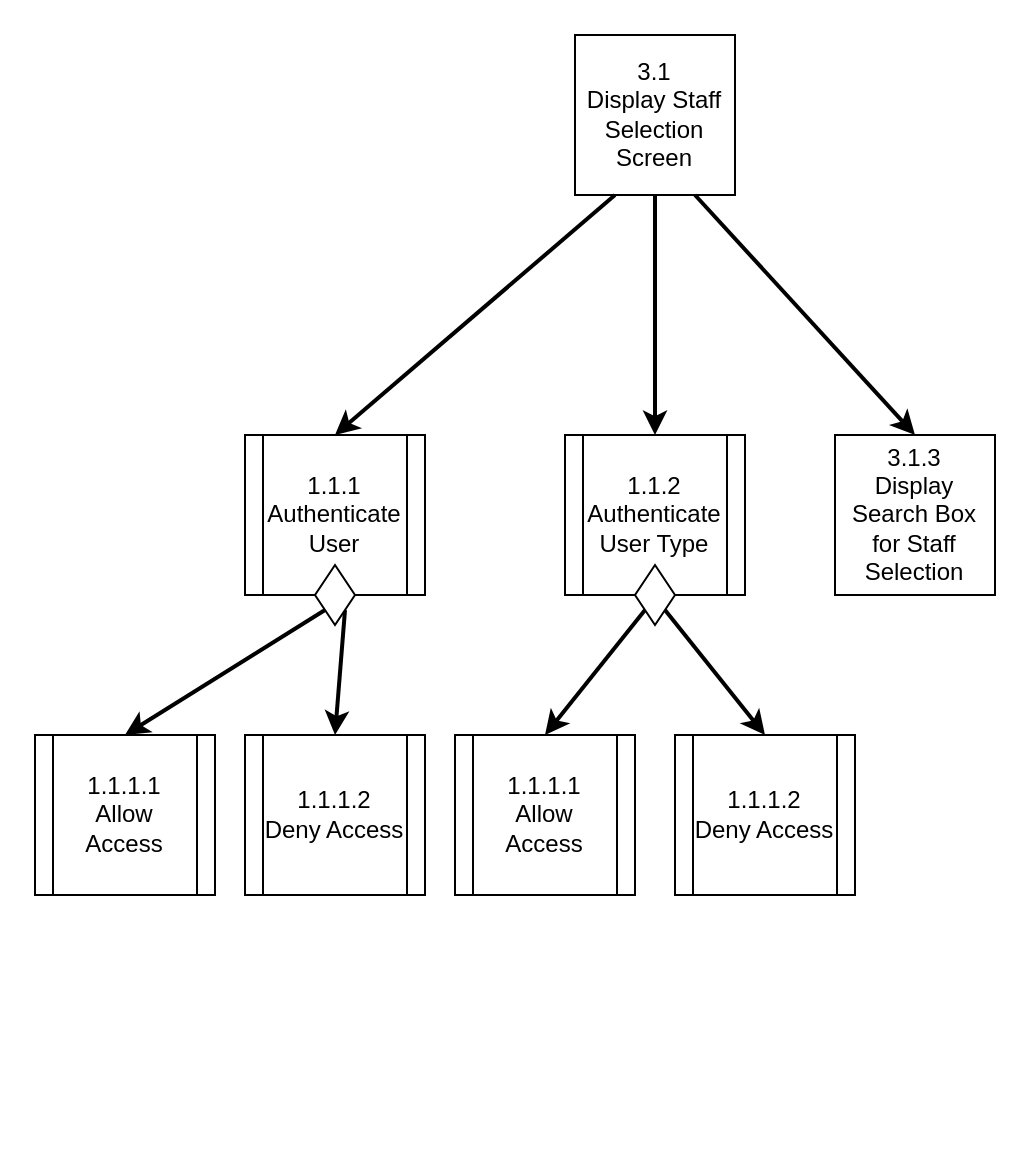
Earlier version of the draw.io diagram page "3.1: Display Staff Selection Screen" (1 of 4) of Diagrams/StructureCharts/Proc3UpdateStaff.drawio (Harlento/SchedulingSystem). Source tidied: cells renumbered, new cells numbered last; positions are measured from the earlier drawing's top-left corner, leaving out a move shared by most shapes. Both pictures are drawn from the tidied source at 200%, with x=0, y=0 at pixel (34, 34).
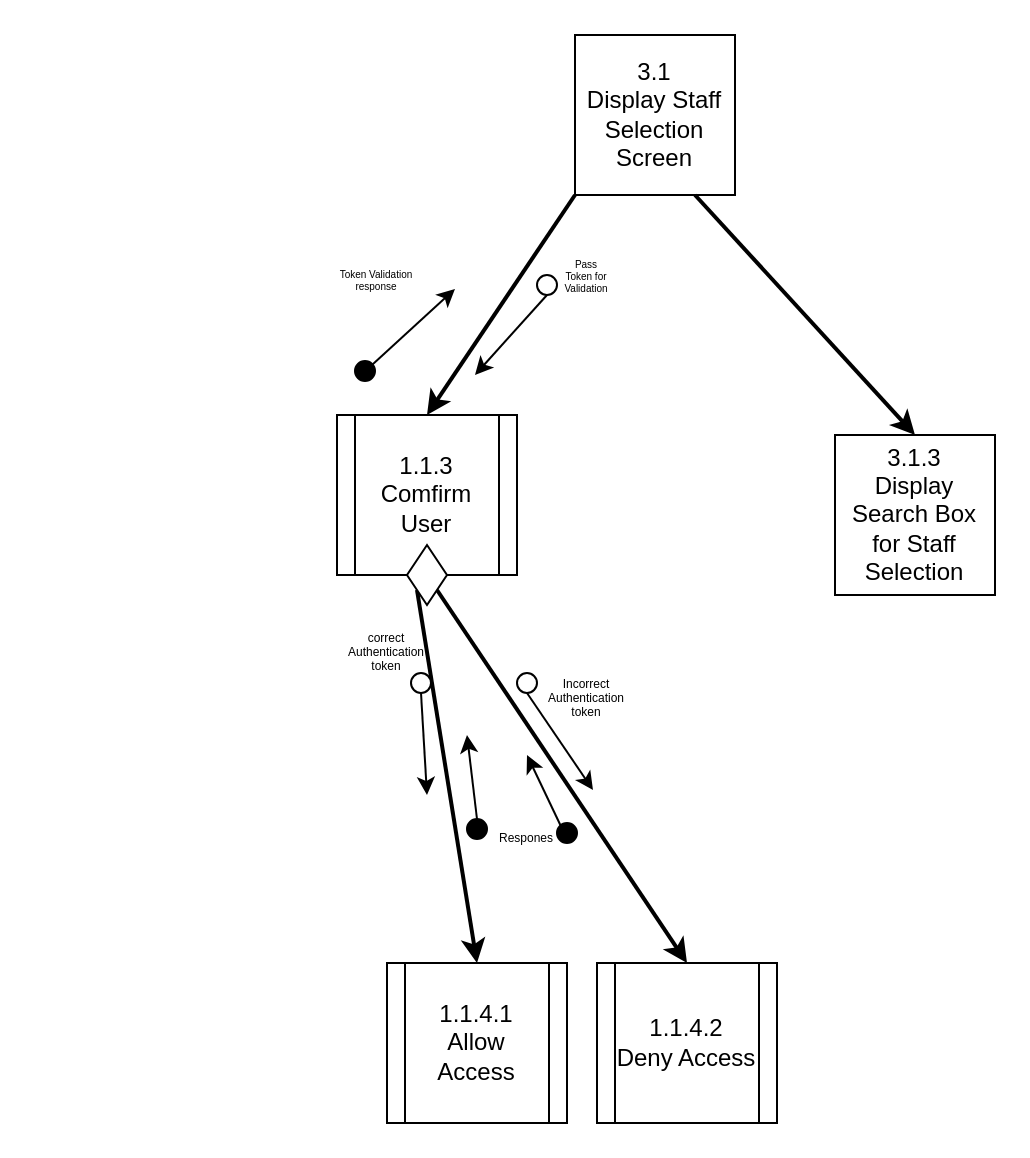
The same page after the edit.

The change refers to these unchanged cells:
```xml
<mxCell id="2" value="3.1&lt;br&gt;Display Staff Selection Screen" style="whiteSpace=wrap;html=1;" parent="1" vertex="1">
  <mxGeometry x="270" width="80" height="80" as="geometry" />
</mxCell>
```

Diff of the diagram source:
```diff
@@
-    <mxCell id="3" style="endArrow=classic;html=1;" parent="1" edge="1">
-      <mxGeometry relative="1" as="geometry">
-        <mxPoint x="100" y="440" as="sourcePoint" />
-        <mxPoint x="100" y="440" as="targetPoint" />
-      </mxGeometry>
-    </mxCell>
@@
-    <mxCell id="5" style="endArrow=classic;html=1;exitX=0;exitY=1;exitDx=0;exitDy=0;entryX=0.5;entryY=0;entryDx=0;entryDy=0;strokeWidth=2;" parent="1" edge="1" source="12" target="11">
-      <mxGeometry relative="1" as="geometry" />
-    </mxCell>
@@
-    <mxCell id="7" style="endArrow=classic;html=1;exitX=0.25;exitY=1;exitDx=0;exitDy=0;entryX=0.5;entryY=0;entryDx=0;entryDy=0;strokeWidth=2;" parent="1" edge="1" source="2" target="9">
-      <mxGeometry relative="1" as="geometry" />
-    </mxCell>
-    <mxCell id="8" style="endArrow=classic;html=1;strokeWidth=2;entryX=0.5;entryY=0;entryDx=0;entryDy=0;exitX=1;exitY=1;exitDx=0;exitDy=0;" parent="1" edge="1" source="12" target="10">
-      <mxGeometry relative="1" as="geometry" />
-    </mxCell>
-    <mxCell id="9" value="&lt;span style=&quot;white-space: normal&quot;&gt;1.1.1&lt;br&gt;&lt;/span&gt;Authenticate User" style="shape=process;whiteSpace=wrap;html=1;backgroundOutline=1;" parent="1" vertex="1">
-      <mxGeometry x="105" y="200" width="90" height="80" as="geometry" />
-    </mxCell>
-    <mxCell id="10" value="1.1.1.2&lt;br&gt;Deny Access" style="shape=process;whiteSpace=wrap;html=1;backgroundOutline=1;" parent="1" vertex="1">
-      <mxGeometry x="105" y="350" width="90" height="80" as="geometry" />
-    </mxCell>
-    <mxCell id="11" value="1.1.1.1&lt;br&gt;Allow Access" style="shape=process;whiteSpace=wrap;html=1;backgroundOutline=1;" parent="1" vertex="1">
-      <mxGeometry y="350" width="90" height="80" as="geometry" />
-    </mxCell>
-    <mxCell id="12" style="rhombus;whiteSpace=wrap;html=1;fillColor=#FFFFFF;" parent="1" vertex="1">
-      <mxGeometry x="140" y="265" width="20" height="30" as="geometry" />
-    </mxCell>
-    <mxCell id="13" style="endArrow=classic;html=1;" parent="1" edge="1">
-      <mxGeometry relative="1" as="geometry">
-        <mxPoint x="320" y="445" as="sourcePoint" />
-        <mxPoint x="320" y="445" as="targetPoint" />
-      </mxGeometry>
-    </mxCell>
-    <mxCell id="14" style="endArrow=classic;html=1;exitX=0;exitY=1;exitDx=0;exitDy=0;strokeWidth=2;entryX=0.5;entryY=0;entryDx=0;entryDy=0;" parent="1" edge="1" source="17" target="19">
-      <mxGeometry relative="1" as="geometry" />
-    </mxCell>
-    <mxCell id="15" style="endArrow=classic;html=1;strokeWidth=2;exitX=1;exitY=1;exitDx=0;exitDy=0;entryX=0.5;entryY=0;entryDx=0;entryDy=0;" parent="1" edge="1" source="17" target="20">
-      <mxGeometry relative="1" as="geometry" />
-    </mxCell>
-    <mxCell id="16" value="&lt;span style=&quot;white-space: normal&quot;&gt;1.1.2&lt;br&gt;&lt;/span&gt;Authenticate User Type" style="shape=process;whiteSpace=wrap;html=1;backgroundOutline=1;" parent="1" vertex="1">
-      <mxGeometry x="265" y="200" width="90" height="80" as="geometry" />
-    </mxCell>
-    <mxCell id="17" style="rhombus;whiteSpace=wrap;html=1;fillColor=#FFFFFF;" parent="1" vertex="1">
-      <mxGeometry x="300" y="265" width="20" height="30" as="geometry" />
-    </mxCell>
-    <mxCell id="18" style="endArrow=classic;html=1;exitX=0.5;exitY=1;exitDx=0;exitDy=0;entryX=0.5;entryY=0;entryDx=0;entryDy=0;strokeWidth=2;" parent="1" edge="1" source="2" target="16">
-      <mxGeometry relative="1" as="geometry" />
-    </mxCell>
-    <mxCell id="19" value="1.1.1.1&lt;br&gt;Allow Access" style="shape=process;whiteSpace=wrap;html=1;backgroundOutline=1;" parent="1" vertex="1">
-      <mxGeometry x="210" y="350" width="90" height="80" as="geometry" />
-    </mxCell>
-    <mxCell id="20" value="1.1.1.2&lt;br&gt;Deny Access" style="shape=process;whiteSpace=wrap;html=1;backgroundOutline=1;" parent="1" vertex="1">
-      <mxGeometry x="320" y="350" width="90" height="80" as="geometry" />
-    </mxCell>
+    <mxCell id="21" style="endArrow=classic;html=1;" parent="1" edge="1">
+      <mxGeometry relative="1" as="geometry">
+        <mxPoint x="356" y="490" as="sourcePoint" />
+        <mxPoint x="356" y="490" as="targetPoint" />
+      </mxGeometry>
+    </mxCell>
+    <mxCell id="22" style="endArrow=classic;html=1;exitX=0;exitY=1;exitDx=0;exitDy=0;entryX=0.5;entryY=0;entryDx=0;entryDy=0;strokeWidth=2;" parent="1" edge="1" source="27" target="26">
+      <mxGeometry relative="1" as="geometry" />
+    </mxCell>
+    <mxCell id="23" style="endArrow=classic;html=1;strokeWidth=2;entryX=0.5;entryY=0;entryDx=0;entryDy=0;exitX=1;exitY=1;exitDx=0;exitDy=0;" parent="1" edge="1" source="27" target="25">
+      <mxGeometry relative="1" as="geometry" />
+    </mxCell>
+    <mxCell id="24" value="&lt;div&gt;&lt;span style=&quot;white-space: normal&quot;&gt;&lt;/span&gt;&lt;span style=&quot;white-space: normal&quot;&gt;&lt;/span&gt;1.1.3&lt;br&gt;&lt;/div&gt;&lt;div&gt;Comfirm User&lt;/div&gt;" style="shape=process;whiteSpace=wrap;html=1;backgroundOutline=1;" parent="1" vertex="1">
+      <mxGeometry x="151" y="190" width="90" height="80" as="geometry" />
+    </mxCell>
+    <mxCell id="25" value="&lt;div&gt;1.1.4.2&lt;br&gt;&lt;/div&gt;&lt;div&gt;Deny Access&lt;/div&gt;" style="shape=process;whiteSpace=wrap;html=1;backgroundOutline=1;" parent="1" vertex="1">
+      <mxGeometry x="281" y="464" width="90" height="80" as="geometry" />
+    </mxCell>
+    <mxCell id="26" value="1.1.4.1&lt;div&gt;Allow Access&lt;/div&gt;" style="shape=process;whiteSpace=wrap;html=1;backgroundOutline=1;" parent="1" vertex="1">
+      <mxGeometry x="176" y="464" width="90" height="80" as="geometry" />
+    </mxCell>
+    <mxCell id="27" style="rhombus;whiteSpace=wrap;html=1;fillColor=#FFFFFF;" parent="1" vertex="1">
+      <mxGeometry x="186" y="255" width="20" height="30" as="geometry" />
+    </mxCell>
+    <mxCell id="28" style="endArrow=classic;html=1;" parent="1" edge="1">
+      <mxGeometry relative="1" as="geometry">
+        <mxPoint x="251" y="509" as="sourcePoint" />
+        <mxPoint x="251" y="509" as="targetPoint" />
+      </mxGeometry>
+    </mxCell>
+    <mxCell id="29" style="endArrow=classic;html=1;exitX=0;exitY=1;exitDx=0;exitDy=0;entryX=0.5;entryY=0;entryDx=0;entryDy=0;strokeWidth=2;" parent="1" edge="1" source="2" target="24">
+      <mxGeometry relative="1" as="geometry" />
+    </mxCell>
+    <mxCell id="30" style="endArrow=classic;html=1;exitX=0.5;exitY=1;exitDx=0;exitDy=0;" parent="1" edge="1" source="31">
+      <mxGeometry relative="1" as="geometry">
+        <mxPoint x="196" y="380" as="targetPoint" />
+      </mxGeometry>
+    </mxCell>
+    <mxCell id="31" style="ellipse;whiteSpace=wrap;html=1;" parent="1" vertex="1">
+      <mxGeometry x="188" y="319" width="10" height="10" as="geometry" />
+    </mxCell>
+    <mxCell id="32" value="&lt;div style=&quot;font-size: 6px;&quot;&gt;Incorrect&lt;/div&gt;&lt;div style=&quot;font-size: 6px;&quot;&gt;Authentication token&lt;br style=&quot;font-size: 6px;&quot;&gt; &lt;/div&gt;" style="text;html=1;strokeColor=none;fillColor=none;align=center;verticalAlign=middle;whiteSpace=wrap;rounded=0;fontSize=6;" parent="1" vertex="1">
+      <mxGeometry x="256" y="322" width="40" height="20" as="geometry" />
+    </mxCell>
+    <mxCell id="33" style="endArrow=classic;html=1;exitX=0.5;exitY=1;exitDx=0;exitDy=0;" parent="1" edge="1" source="34">
+      <mxGeometry relative="1" as="geometry">
+        <mxPoint x="279" y="377.5" as="targetPoint" />
+      </mxGeometry>
+    </mxCell>
+    <mxCell id="34" style="ellipse;whiteSpace=wrap;html=1;" parent="1" vertex="1">
+      <mxGeometry x="241" y="319" width="10" height="10" as="geometry" />
+    </mxCell>
+    <mxCell id="35" value="&lt;div style=&quot;font-size: 6px&quot;&gt;correct&lt;/div&gt;&lt;div style=&quot;font-size: 6px&quot;&gt;Authentication token&lt;br style=&quot;font-size: 6px&quot;&gt; &lt;/div&gt;" style="text;html=1;strokeColor=none;fillColor=none;align=center;verticalAlign=middle;whiteSpace=wrap;rounded=0;fontSize=6;" parent="1" vertex="1">
+      <mxGeometry x="156" y="299" width="40" height="20" as="geometry" />
+    </mxCell>
+    <mxCell id="36" style="endArrow=classic;html=1;exitX=0.5;exitY=0;exitDx=0;exitDy=0;" parent="1" edge="1" source="37">
+      <mxGeometry relative="1" as="geometry">
+        <mxPoint x="216" y="350" as="targetPoint" />
+      </mxGeometry>
+    </mxCell>
+    <mxCell id="37" style="ellipse;whiteSpace=wrap;html=1;fillColor=#000000;" parent="1" vertex="1">
+      <mxGeometry x="216" y="392" width="10" height="10" as="geometry" />
+    </mxCell>
+    <mxCell id="38" style="endArrow=classic;html=1;" parent="1" edge="1">
+      <mxGeometry relative="1" as="geometry">
+        <mxPoint x="266" y="402" as="sourcePoint" />
+        <mxPoint x="246" y="360" as="targetPoint" />
+      </mxGeometry>
+    </mxCell>
+    <mxCell id="39" style="ellipse;whiteSpace=wrap;html=1;fillColor=#000000;" parent="1" vertex="1">
+      <mxGeometry x="261" y="394" width="10" height="10" as="geometry" />
+    </mxCell>
+    <mxCell id="40" value="Respones" style="text;html=1;strokeColor=none;fillColor=none;align=center;verticalAlign=middle;whiteSpace=wrap;rounded=0;fontSize=6;" parent="1" vertex="1">
+      <mxGeometry x="226" y="392" width="40" height="20" as="geometry" />
+    </mxCell>
+    <mxCell id="41" style="endArrow=classic;html=1;exitX=0.5;exitY=1;exitDx=0;exitDy=0;" parent="1" edge="1" source="42">
+      <mxGeometry relative="1" as="geometry">
+        <mxPoint x="220" y="170" as="targetPoint" />
+      </mxGeometry>
+    </mxCell>
+    <mxCell id="42" style="ellipse;whiteSpace=wrap;html=1;" parent="1" vertex="1">
+      <mxGeometry x="251" y="120" width="10" height="10" as="geometry" />
+    </mxCell>
+    <mxCell id="43" value="&lt;div&gt;Pass &lt;br&gt;&lt;/div&gt;&lt;div&gt;Token for &lt;br&gt;&lt;/div&gt;&lt;div&gt;Validation&lt;br&gt;&lt;/div&gt;" style="text;html=1;strokeColor=none;fillColor=none;align=center;verticalAlign=middle;whiteSpace=wrap;rounded=0;fontSize=5;" parent="1" vertex="1">
+      <mxGeometry x="256" y="110" width="40" height="20" as="geometry" />
+    </mxCell>
+    <mxCell id="44" style="endArrow=classic;html=1;" parent="1" edge="1">
+      <mxGeometry relative="1" as="geometry">
+        <mxPoint x="165.2" y="168" as="sourcePoint" />
+        <mxPoint x="210" y="127" as="targetPoint" />
+      </mxGeometry>
+    </mxCell>
+    <mxCell id="45" style="ellipse;whiteSpace=wrap;html=1;fillColor=#000000;" parent="1" vertex="1">
+      <mxGeometry x="160" y="163" width="10" height="10" as="geometry" />
+    </mxCell>
+    <mxCell id="46" value="&lt;div&gt;Token Validation response&lt;/div&gt;&lt;div&gt;&lt;br&gt;&lt;/div&gt;" style="text;html=1;strokeColor=none;fillColor=none;align=center;verticalAlign=middle;whiteSpace=wrap;rounded=0;fontSize=5;" parent="1" vertex="1">
+      <mxGeometry x="151" y="115" width="40" height="20" as="geometry" />
+    </mxCell>
```
